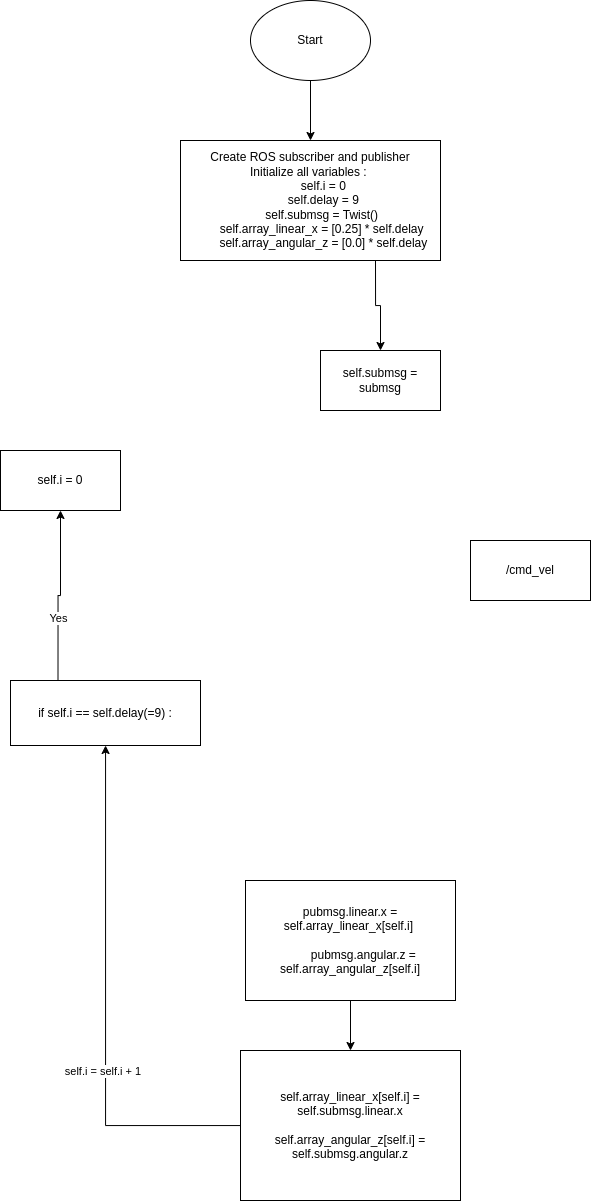
Lars-33/masteruia2 keeps this draw.io diagram as Figures/drawio/cmd_vel_subpub.png. Above is the earlier version. Source tidied: cells renumbered, new cells last; positions are measured from the earlier drawing's top-left corner, leaving out a move shared by most shapes.
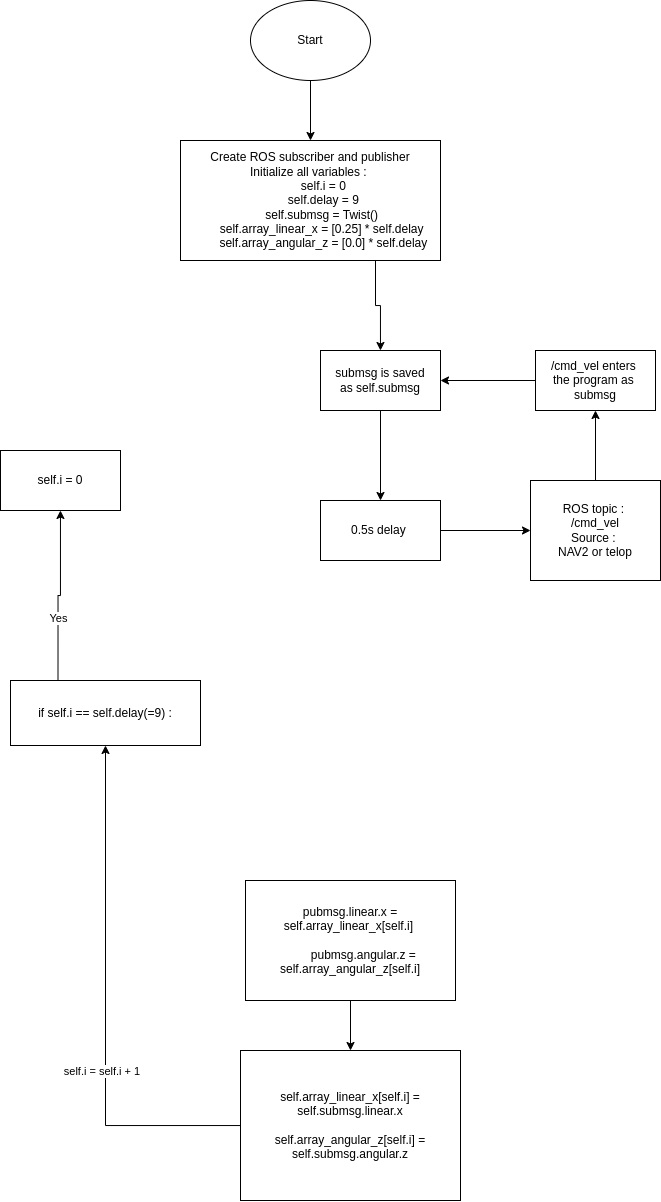
After the change.

Change to the diagram source:
```diff
@@ -2,10 +2,16 @@
   <root>
     <mxCell id="0" />
     <mxCell id="1" parent="0" />
+    <mxCell id="17" style="edgeStyle=orthogonalEdgeStyle;rounded=0;jettySize=auto;html=1;" parent="1" edge="1" source="2" target="22">
+      <mxGeometry relative="1" as="geometry" />
+    </mxCell>
-    <mxCell id="2" value="/cmd_vel" style="rounded=0;whiteSpace=wrap;html=1;" parent="1" vertex="1">
-      <mxGeometry x="470" y="540" width="120" height="60" as="geometry" />
+    <mxCell id="2" value="ROS topic :&amp;nbsp;&lt;br&gt;/cmd_vel&lt;br&gt;Source :&amp;nbsp;&lt;br&gt;NAV2 or telop" style="rounded=0;whiteSpace=wrap;html=1;" parent="1" vertex="1">
+      <mxGeometry x="530" y="480" width="130" height="100" as="geometry" />
     </mxCell>
+    <mxCell id="18" style="edgeStyle=orthogonalEdgeStyle;rounded=0;jettySize=auto;html=1;exitX=0.5;exitY=1;exitDx=0;exitDy=0;" parent="1" edge="1" source="3" target="20">
+      <mxGeometry relative="1" as="geometry" />
+    </mxCell>
-    <mxCell id="3" value="self.submsg = submsg" style="whiteSpace=wrap;html=1;rounded=0;" parent="1" vertex="1">
+    <mxCell id="3" value="submsg is saved&lt;br&gt;as self.submsg" style="whiteSpace=wrap;html=1;rounded=0;" parent="1" vertex="1">
       <mxGeometry x="320" y="350" width="120" height="60" as="geometry" />
     </mxCell>
     <mxCell id="4" style="edgeStyle=orthogonalEdgeStyle;rounded=0;jettySize=auto;html=1;" parent="1" edge="1" source="6" target="11">
@@ -47,5 +53,17 @@
     <mxCell id="16" value="Start" style="ellipse;whiteSpace=wrap;html=1;" parent="1" vertex="1">
       <mxGeometry x="250" width="120" height="80" as="geometry" />
     </mxCell>
+    <mxCell id="19" style="edgeStyle=orthogonalEdgeStyle;rounded=0;jettySize=auto;html=1;" parent="1" edge="1" source="20" target="2">
+      <mxGeometry relative="1" as="geometry" />
+    </mxCell>
+    <mxCell id="20" value="0.5s delay&amp;nbsp;" style="whiteSpace=wrap;html=1;" parent="1" vertex="1">
+      <mxGeometry x="320" y="500" width="120" height="60" as="geometry" />
+    </mxCell>
+    <mxCell id="21" style="edgeStyle=orthogonalEdgeStyle;rounded=0;jettySize=auto;html=1;" parent="1" edge="1" source="22" target="3">
+      <mxGeometry relative="1" as="geometry" />
+    </mxCell>
+    <mxCell id="22" value="/cmd_vel enters&amp;nbsp;&lt;br&gt;the program as&amp;nbsp;&lt;br&gt;submsg" style="whiteSpace=wrap;html=1;" parent="1" vertex="1">
+      <mxGeometry x="535" y="350" width="120" height="60" as="geometry" />
+    </mxCell>
   </root>
 </mxGraphModel>
```
